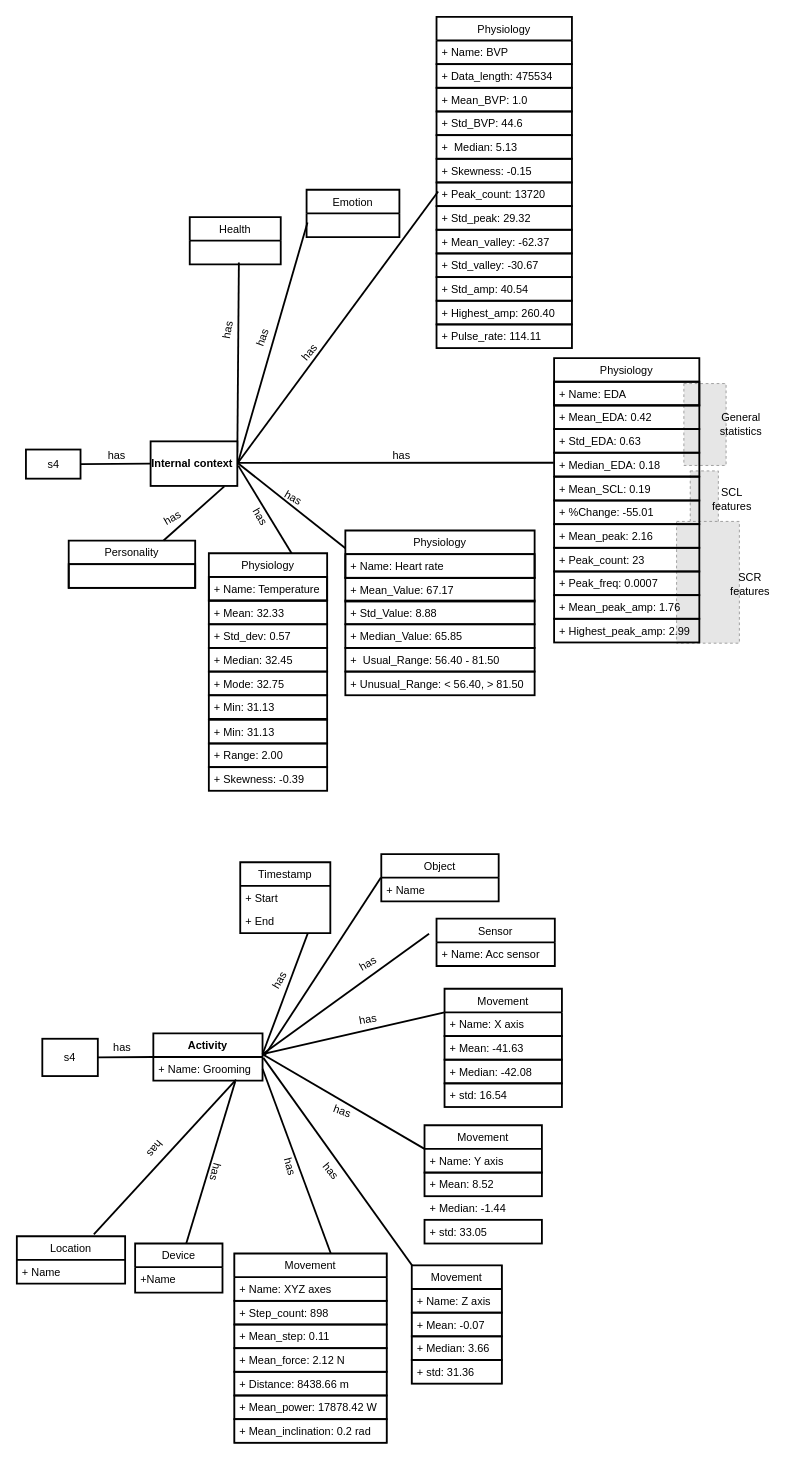
Before: um_article.drawio in oluwande/zmPDSwR, a draw.io diagram. Source tidied: cells renumbered, new cells numbered last; positions are measured from the earlier drawing's top-left corner, leaving out a move shared by most shapes. Both pictures are drawn from the tidied source at 91%, with x=0, y=0 at pixel (16, 16). Pictures stored in the file or linked from it are replaced by grey dashed boxes.
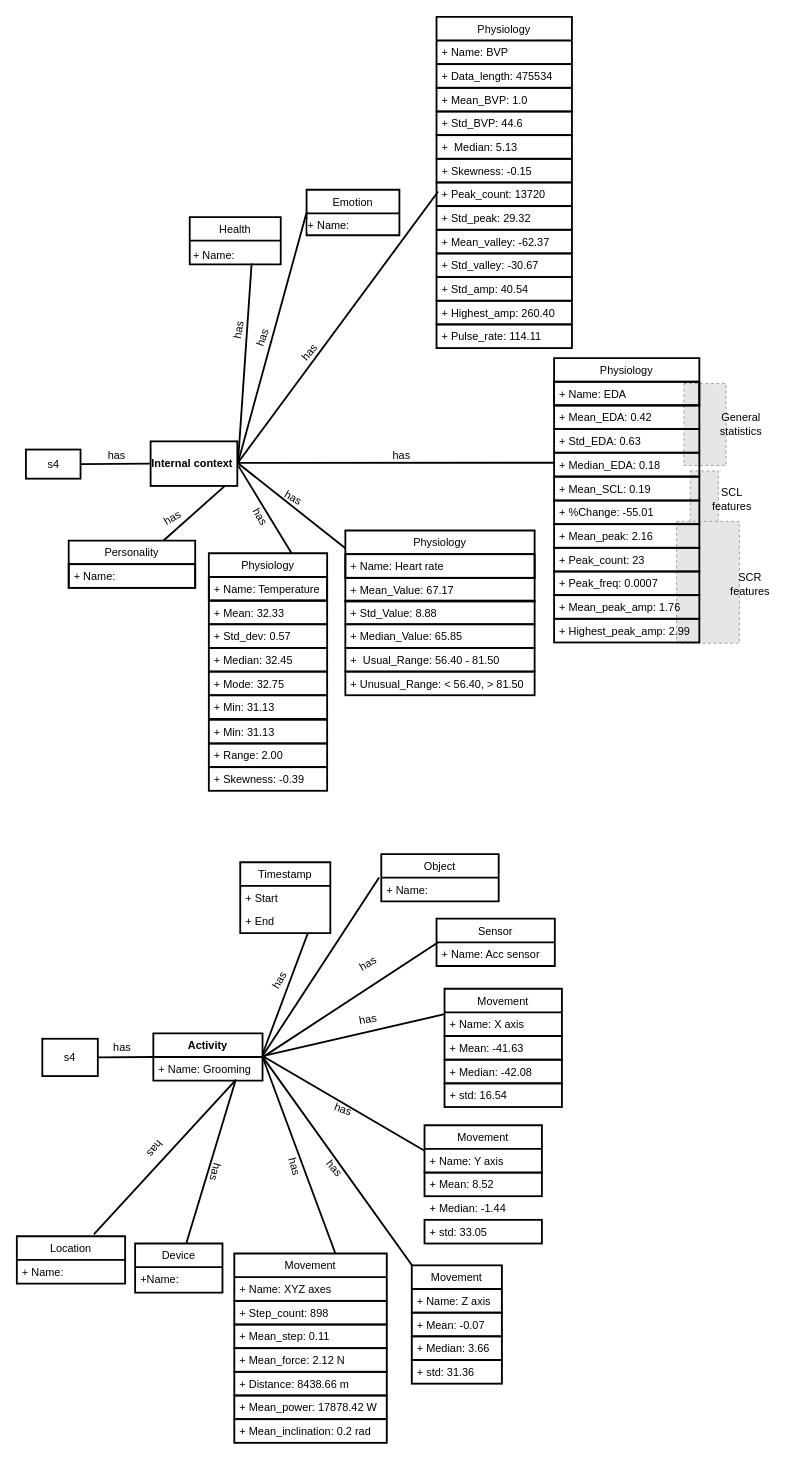
Above is the later version.

The change refers to these unchanged cells:
```xml
<mxCell id="14" value="&lt;b style=&quot;font-size: 12px;&quot;&gt;Internal context&amp;nbsp;&lt;/b&gt;" style="rounded=0;whiteSpace=wrap;html=1;strokeWidth=2;fontSize=12;" parent="1" vertex="1">
  <mxGeometry x="147" y="466.5" width="95.3" height="49" as="geometry" />
</mxCell>
<mxCell id="15" value="Personality" style="swimlane;fontStyle=0;align=center;verticalAlign=top;horizontal=1;startSize=26;strokeWidth=2;fontSize=12;strokeColor=default;" parent="1" vertex="1">
  <mxGeometry x="57" y="575.5" width="139" height="52" as="geometry" />
</mxCell>
<mxCell id="36" value="+ Name: Acc sensor" style="text;align=left;verticalAlign=top;spacingLeft=4;spacingRight=4;overflow=hidden;points=[[0,0.5],[1,0.5]];portConstraint=eastwest;fontSize=12;fontStyle=0;strokeWidth=2;" parent="35" vertex="1">
  <mxGeometry y="26" width="130" height="26" as="geometry" />
</mxCell>
<mxCell id="37" value="Device" style="swimlane;fontStyle=0;align=center;verticalAlign=top;horizontal=1;startSize=26;fontSize=12;strokeWidth=2;" parent="1" vertex="1">
  <mxGeometry x="130" y="1348" width="96" height="54" as="geometry" />
</mxCell>
<mxCell id="43" value="+ Name: Grooming" style="text;align=left;verticalAlign=top;spacingLeft=4;spacingRight=4;overflow=hidden;points=[[0,0.5],[1,0.5]];portConstraint=eastwest;fontSize=12;fontStyle=0;strokeWidth=2;" parent="42" vertex="1">
  <mxGeometry y="26" width="120" height="26" as="geometry" />
</mxCell>
<mxCell id="44" value="Location" style="swimlane;fontStyle=0;align=center;verticalAlign=top;horizontal=1;startSize=26;fontSize=12;strokeWidth=2;" parent="1" vertex="1">
  <mxGeometry y="1340" width="119" height="52" as="geometry" />
</mxCell>
<mxCell id="57" value="Object" style="swimlane;fontStyle=0;align=center;verticalAlign=top;horizontal=1;startSize=26;fontSize=12;strokeWidth=2;" parent="1" vertex="1">
  <mxGeometry x="400.5" y="920" width="129" height="52" as="geometry" />
</mxCell>
<mxCell id="59" value="Movement" style="swimlane;fontStyle=0;align=center;verticalAlign=top;horizontal=1;startSize=26;fontSize=12;strokeWidth=2;" parent="1" vertex="1">
  <mxGeometry x="470" y="1068" width="129" height="52" as="geometry" />
</mxCell>
<mxCell id="64" value="Movement" style="swimlane;fontStyle=0;align=center;verticalAlign=top;horizontal=1;startSize=26;fontSize=12;strokeWidth=2;" parent="1" vertex="1">
  <mxGeometry x="448" y="1218" width="129" height="52" as="geometry" />
</mxCell>
<mxCell id="70" value="Movement" style="swimlane;fontStyle=0;align=center;verticalAlign=top;horizontal=1;startSize=26;fontSize=12;strokeWidth=2;" parent="69" vertex="1">
  <mxGeometry width="167.5" height="52" as="geometry" />
</mxCell>
```

Diff of the diagram source:
```diff
@@
     <mxCell id="4" value="Emotion" style="swimlane;fontStyle=0;align=center;verticalAlign=top;horizontal=1;startSize=26;strokeWidth=2;fontSize=12;" parent="1" vertex="1">
-      <mxGeometry x="318.4" y="190" width="102" height="52" as="geometry" />
+      <mxGeometry x="318.4" y="190" width="102" height="50" as="geometry" />
     </mxCell>
+    <mxCell id="134" value="&lt;span style=&quot;color: rgb(0, 0, 0); font-family: Helvetica; font-size: 12px; font-style: normal; font-variant-ligatures: normal; font-variant-caps: normal; font-weight: 400; letter-spacing: normal; orphans: 2; text-align: left; text-indent: 0px; text-transform: none; widows: 2; word-spacing: 0px; -webkit-text-stroke-width: 0px; background-color: rgb(251, 251, 251); text-decoration-thickness: initial; text-decoration-style: initial; text-decoration-color: initial; float: none; display: inline !important;&quot;&gt;+ Name:&amp;nbsp;&lt;/span&gt;" style="text;whiteSpace=wrap;html=1;" parent="4" vertex="1">
+      <mxGeometry y="26" width="102" height="24" as="geometry" />
+    </mxCell>
-    <mxCell id="5" style="endArrow=none;html=1;rounded=0;fontSize=12;strokeWidth=2;entryX=0.54;entryY=0.923;entryDx=0;entryDy=0;exitX=1;exitY=0.25;exitDx=0;exitDy=0;entryPerimeter=0;" parent="1" edge="1" source="14">
+    <mxCell id="5" style="endArrow=none;html=1;rounded=0;fontSize=12;strokeWidth=2;exitX=1;exitY=0.25;exitDx=0;exitDy=0;" parent="1" edge="1">
       <mxGeometry relative="1" as="geometry">
-        <mxPoint x="244" y="270" as="targetPoint" />
+        <mxPoint x="243.3" y="485.8" as="sourcePoint" />
+        <mxPoint x="258" y="271" as="targetPoint" />
       </mxGeometry>
     </mxCell>
-    <mxCell id="6" style="endArrow=none;html=1;rounded=0;entryX=0;entryY=0.5;entryDx=0;entryDy=0;fontSize=12;strokeWidth=2;exitX=1;exitY=0.25;exitDx=0;exitDy=0;" parent="1" edge="1">
+    <mxCell id="6" style="endArrow=none;html=1;rounded=0;entryX=0;entryY=0.5;entryDx=0;entryDy=0;fontSize=12;strokeWidth=2;exitX=1;exitY=0.25;exitDx=0;exitDy=0;" parent="1" edge="1" target="4">
       <mxGeometry relative="1" as="geometry">
         <mxPoint x="243.3" y="488.8" as="sourcePoint" />
-        <mxPoint x="319.4" y="226" as="targetPoint" />
       </mxGeometry>
     </mxCell>
@@
     <mxCell id="10" value="has" style="text;html=1;align=center;verticalAlign=middle;whiteSpace=wrap;rounded=0;rotation=-80;fontSize=12;strokeWidth=2;" parent="1" vertex="1">
-      <mxGeometry x="200.3" y="329" width="64" height="30" as="geometry" />
+      <mxGeometry x="212.3" y="329" width="64" height="30" as="geometry" />
     </mxCell>
@@
-    <mxCell id="16" style="text;align=left;verticalAlign=top;spacingLeft=4;spacingRight=4;overflow=hidden;strokeWidth=2;fontSize=12;strokeColor=default;" parent="15" vertex="1">
+    <mxCell id="16" value="+ Name: " style="text;align=left;verticalAlign=top;spacingLeft=4;spacingRight=4;overflow=hidden;strokeWidth=2;fontSize=12;strokeColor=default;" parent="15" vertex="1">
       <mxGeometry y="26" width="139" height="26" as="geometry" />
     </mxCell>
@@
-    <mxCell id="38" value="+Name" style="text;align=left;verticalAlign=top;spacingLeft=4;spacingRight=4;overflow=hidden;fontSize=12;fontStyle=0;strokeWidth=2;" parent="37" vertex="1">
+    <mxCell id="38" value="+Name:" style="text;align=left;verticalAlign=top;spacingLeft=4;spacingRight=4;overflow=hidden;fontSize=12;fontStyle=0;strokeWidth=2;" parent="37" vertex="1">
       <mxGeometry y="26" width="96" height="28" as="geometry" />
     </mxCell>
@@
-    <mxCell id="45" value="+ Name" style="text;align=left;verticalAlign=top;spacingLeft=4;spacingRight=4;overflow=hidden;fontSize=12;fontStyle=0;strokeWidth=2;" parent="44" vertex="1">
+    <mxCell id="45" value="+ Name:" style="text;align=left;verticalAlign=top;spacingLeft=4;spacingRight=4;overflow=hidden;fontSize=12;fontStyle=0;strokeWidth=2;" parent="44" vertex="1">
       <mxGeometry y="26" width="119" height="26" as="geometry" />
     </mxCell>
@@
-    <mxCell id="47" style="endArrow=none;html=1;rounded=0;fontSize=12;strokeWidth=2;" parent="1" edge="1">
+    <mxCell id="47" style="endArrow=none;html=1;rounded=0;fontSize=12;strokeWidth=2;entryX=0.014;entryY=0;entryDx=0;entryDy=0;entryPerimeter=0;" parent="1" edge="1" target="36">
       <mxGeometry relative="1" as="geometry">
-        <mxPoint x="270" y="1140" as="sourcePoint" />
-        <mxPoint x="453" y="1007.5" as="targetPoint" />
+        <mxPoint x="269" y="1144" as="sourcePoint" />
       </mxGeometry>
     </mxCell>
-    <mxCell id="48" style="endArrow=none;html=1;rounded=0;fontSize=12;strokeWidth=2;entryX=-0.003;entryY=-0.007;entryDx=0;entryDy=0;entryPerimeter=0;exitX=1.017;exitY=-0.038;exitDx=0;exitDy=0;exitPerimeter=0;" parent="1" edge="1" source="43" target="58">
-      <mxGeometry relative="1" as="geometry" />
+    <mxCell id="48" style="endArrow=none;html=1;rounded=0;fontSize=12;strokeWidth=2;entryX=-0.003;entryY=-0.007;entryDx=0;entryDy=0;entryPerimeter=0;exitX=1.017;exitY=-0.038;exitDx=0;exitDy=0;exitPerimeter=0;" parent="1" edge="1">
+      <mxGeometry relative="1" as="geometry">
+        <mxPoint x="270" y="1142" as="sourcePoint" />
+        <mxPoint x="398.1" y="945.8" as="targetPoint" />
+      </mxGeometry>
     </mxCell>
@@
-    <mxCell id="50" style="endArrow=none;html=1;rounded=0;fontSize=12;strokeWidth=2;entryX=0;entryY=0.5;entryDx=0;entryDy=0;" parent="1" edge="1" target="64">
+    <mxCell id="50" style="endArrow=none;html=1;rounded=0;fontSize=12;strokeWidth=2;entryX=0;entryY=0.5;entryDx=0;entryDy=0;" parent="1" edge="1">
       <mxGeometry relative="1" as="geometry">
-        <mxPoint x="270" y="1140" as="sourcePoint" />
+        <mxPoint x="270" y="1142" as="sourcePoint" />
+        <mxPoint x="448" y="1246" as="targetPoint" />
       </mxGeometry>
     </mxCell>
@@
     <mxCell id="53" value="has" style="text;html=1;align=center;verticalAlign=middle;whiteSpace=wrap;rounded=0;fontSize=12;rotation=20;strokeWidth=2;" parent="1" vertex="1">
-      <mxGeometry x="341" y="1192.5" width="34" height="20" as="geometry" />
+      <mxGeometry x="342" y="1190.5" width="34" height="20" as="geometry" />
     </mxCell>
@@
-    <mxCell id="58" value="+ Name" style="text;align=left;verticalAlign=top;spacingLeft=4;spacingRight=4;overflow=hidden;points=[[0,0.5],[1,0.5]];portConstraint=eastwest;fontSize=12;fontStyle=0;strokeWidth=2;" parent="57" vertex="1">
+    <mxCell id="58" value="+ Name:" style="text;align=left;verticalAlign=top;spacingLeft=4;spacingRight=4;overflow=hidden;points=[[0,0.5],[1,0.5]];portConstraint=eastwest;fontSize=12;fontStyle=0;strokeWidth=2;" parent="57" vertex="1">
       <mxGeometry y="26" width="129" height="26" as="geometry" />
     </mxCell>
@@
-    <mxCell id="78" style="endArrow=none;html=1;rounded=0;fontSize=12;strokeWidth=2;entryX=0;entryY=0.5;entryDx=0;entryDy=0;" parent="1" edge="1" target="59">
+    <mxCell id="78" style="endArrow=none;html=1;rounded=0;fontSize=12;strokeWidth=2;entryX=0;entryY=0.5;entryDx=0;entryDy=0;" parent="1" edge="1">
       <mxGeometry relative="1" as="geometry">
-        <mxPoint x="270" y="1140" as="sourcePoint" />
+        <mxPoint x="270" y="1142" as="sourcePoint" />
+        <mxPoint x="470" y="1096" as="targetPoint" />
       </mxGeometry>
     </mxCell>
-    <mxCell id="79" style="endArrow=none;html=1;rounded=0;fontSize=12;strokeWidth=2;exitX=0.633;exitY=0;exitDx=0;exitDy=0;exitPerimeter=0;entryX=1;entryY=0.5;entryDx=0;entryDy=0;" parent="1" edge="1" source="70" target="43">
-      <mxGeometry relative="1" as="geometry" />
+    <mxCell id="79" style="endArrow=none;html=1;rounded=0;fontSize=12;strokeWidth=2;exitX=0.663;exitY=0;exitDx=0;exitDy=0;exitPerimeter=0;entryX=1;entryY=0.5;entryDx=0;entryDy=0;" parent="1" edge="1" source="70">
+      <mxGeometry relative="1" as="geometry">
+        <mxPoint x="270" y="1143" as="targetPoint" />
+      </mxGeometry>
     </mxCell>
@@
     <mxCell id="90" value="has" style="text;html=1;align=center;verticalAlign=middle;whiteSpace=wrap;rounded=0;fontSize=12;rotation=75;strokeWidth=2;" parent="1" vertex="1">
-      <mxGeometry x="275.3" y="1258" width="50" height="12" as="geometry" />
+      <mxGeometry x="280.3" y="1258" width="50" height="12" as="geometry" />
     </mxCell>
     <mxCell id="91" value="has" style="text;html=1;align=center;verticalAlign=middle;whiteSpace=wrap;rounded=0;fontSize=12;rotation=50;strokeWidth=2;" parent="1" vertex="1">
-      <mxGeometry x="320.3" y="1263" width="50" height="12" as="geometry" />
+      <mxGeometry x="324.3" y="1260" width="50" height="12" as="geometry" />
     </mxCell>
@@
+    <mxCell id="135" value="&amp;nbsp;&lt;span style=&quot;white-space: pre;&quot;&gt;&#9;&lt;/span&gt;&lt;span style=&quot;white-space: pre;&quot;&gt;&#9;&lt;/span&gt;&lt;span style=&quot;white-space: pre;&quot;&gt;&#9;&lt;/span&gt;+ Name:&amp;nbsp;" style="text;html=1;align=center;verticalAlign=middle;strokeColor=none;fillColor=none;" parent="1" vertex="1">
+      <mxGeometry x="103" y="248" width="150" height="30" as="geometry" />
+    </mxCell>
```
